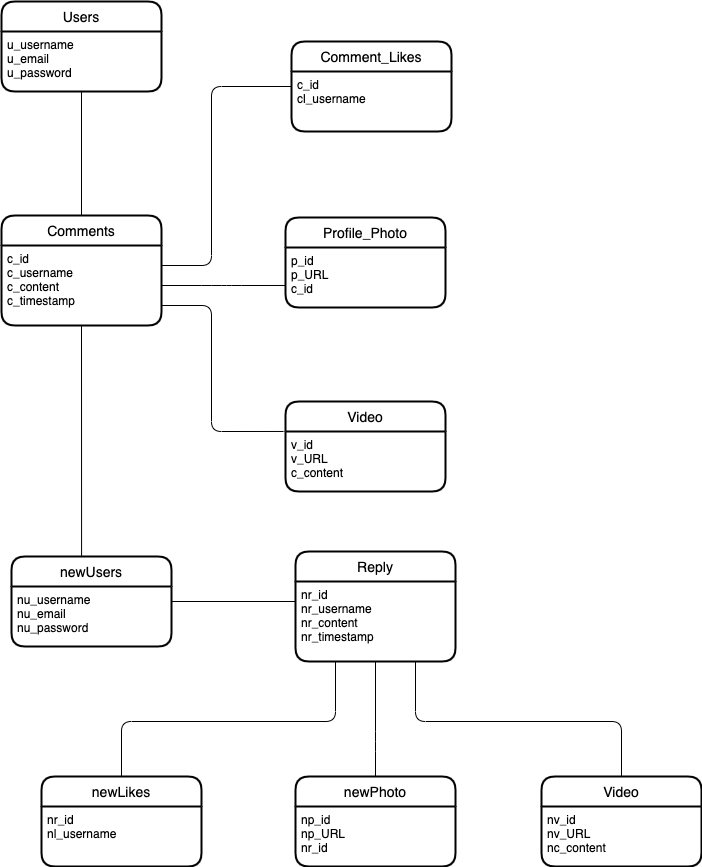
YouTube-Comments-Extension/public_html keeps this draw.io diagram as RelationalSchema.png. Above is the earlier version. Source tidied: cells renumbered, new cells last; positions are measured from the earlier drawing's top-left corner, leaving out a move shared by most shapes.
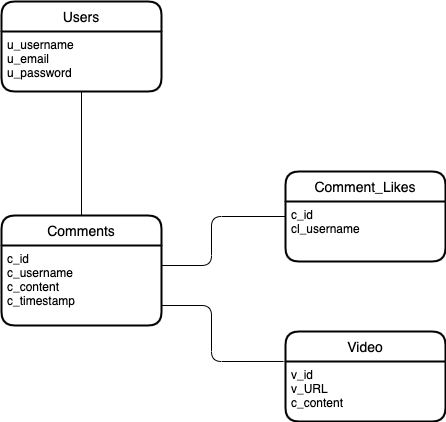
The same diagram one commit later.

Change to the diagram source:
```diff
@@ -21,102 +21,29 @@
       <mxGeometry relative="1" as="geometry">
         <Array as="points">
           <mxPoint x="210" y="264" />
-          <mxPoint x="210" y="85" />
+          <mxPoint x="210" y="215" />
         </Array>
       </mxGeometry>
     </mxCell>
-    <mxCell id="8" style="endArrow=none;html=1;entryX=0.5;entryY=1;entryDx=0;entryDy=0;exitX=0.438;exitY=0.056;exitDx=0;exitDy=0;exitPerimeter=0;" parent="1" edge="1" source="17" target="6">
-      <mxGeometry relative="1" as="geometry" />
-    </mxCell>
-    <mxCell id="9" style="endArrow=none;html=1;exitX=1;exitY=0.25;exitDx=0;exitDy=0;entryX=0;entryY=0.25;entryDx=0;entryDy=0;" parent="1" edge="1" source="18" target="20">
-      <mxGeometry relative="1" as="geometry" />
-    </mxCell>
-    <mxCell id="10" style="endArrow=none;html=1;entryX=0.25;entryY=1;entryDx=0;entryDy=0;exitX=0.5;exitY=0;exitDx=0;exitDy=0;" parent="1" edge="1" source="24" target="20">
-      <mxGeometry relative="1" as="geometry">
-        <Array as="points">
-          <mxPoint x="120" y="720" />
-          <mxPoint x="334" y="720" />
-        </Array>
-      </mxGeometry>
-    </mxCell>
     <mxCell id="11" value="Comment_Likes" style="swimlane;horizontal=1;startSize=30;rounded=1;fontSize=14;fontStyle=0;strokeWidth=2;shadow=0;dashed=0;align=center;" parent="1" vertex="1">
-      <mxGeometry x="290" y="40" width="160" height="90" as="geometry" />
+      <mxGeometry x="284" y="170" width="160" height="90" as="geometry" />
     </mxCell>
     <mxCell id="12" value="c_id&#10;cl_username" style="align=left;strokeColor=none;fillColor=none;spacingLeft=4;fontSize=12;verticalAlign=top;" parent="11" vertex="1">
       <mxGeometry y="30" width="160" height="60" as="geometry" />
     </mxCell>
-    <mxCell id="13" style="endArrow=none;html=1;entryX=0.5;entryY=1;entryDx=0;entryDy=0;exitX=0.5;exitY=0;exitDx=0;exitDy=0;" parent="1" edge="1" source="26" target="20">
-      <mxGeometry relative="1" as="geometry">
-        <Array as="points">
-          <mxPoint x="374" y="740" />
-        </Array>
-      </mxGeometry>
-    </mxCell>
-    <mxCell id="14" value="Profile_Photo" style="swimlane;horizontal=1;startSize=30;rounded=1;fontSize=14;fontStyle=0;strokeWidth=2;shadow=0;dashed=0;align=center;" parent="1" vertex="1">
-      <mxGeometry x="284" y="216" width="160" height="90" as="geometry" />
-    </mxCell>
-    <mxCell id="15" value="p_id&#10;p_URL&#10;c_id" style="align=left;strokeColor=none;fillColor=none;spacingLeft=4;fontSize=12;verticalAlign=top;" parent="14" vertex="1">
-      <mxGeometry y="30" width="160" height="60" as="geometry" />
-    </mxCell>
-    <mxCell id="16" style="endArrow=none;html=1;entryX=0;entryY=0.633;entryDx=0;entryDy=0;exitX=1;exitY=0.5;exitDx=0;exitDy=0;entryPerimeter=0;" parent="1" edge="1" source="6" target="15">
-      <mxGeometry relative="1" as="geometry">
-        <Array as="points">
-          <mxPoint x="210" y="284" />
-          <mxPoint x="230" y="284" />
-        </Array>
-      </mxGeometry>
-    </mxCell>
-    <mxCell id="17" value="newUsers" style="swimlane;horizontal=1;startSize=30;rounded=1;fontSize=14;fontStyle=0;strokeWidth=2;shadow=0;dashed=0;align=center;" parent="1" vertex="1">
-      <mxGeometry x="10" y="555" width="160" height="90" as="geometry" />
-    </mxCell>
-    <mxCell id="18" value="nu_username&#10;nu_email&#10;nu_password" style="align=left;strokeColor=none;fillColor=none;spacingLeft=4;fontSize=12;verticalAlign=top;" parent="17" vertex="1">
-      <mxGeometry y="30" width="160" height="60" as="geometry" />
-    </mxCell>
-    <mxCell id="19" value="Reply" style="swimlane;horizontal=1;startSize=30;rounded=1;fontSize=14;fontStyle=0;strokeWidth=2;shadow=0;dashed=0;align=center;" parent="1" vertex="1">
-      <mxGeometry x="294" y="550" width="160" height="110" as="geometry" />
-    </mxCell>
-    <mxCell id="20" value="nr_id&#10;nr_username&#10;nr_content&#10;nr_timestamp" style="align=left;strokeColor=none;fillColor=none;spacingLeft=4;fontSize=12;verticalAlign=top;" parent="19" vertex="1">
-      <mxGeometry y="30" width="160" height="80" as="geometry" />
-    </mxCell>
     <mxCell id="21" style="endArrow=none;html=1;exitX=1;exitY=0.75;exitDx=0;exitDy=0;entryX=-0.012;entryY=0.333;entryDx=0;entryDy=0;entryPerimeter=0;" parent="1" edge="1" source="6" target="22">
       <mxGeometry relative="1" as="geometry">
         <Array as="points">
           <mxPoint x="210" y="304" />
-          <mxPoint x="210" y="430" />
+          <mxPoint x="210" y="360" />
         </Array>
       </mxGeometry>
     </mxCell>
     <mxCell id="22" value="Video" style="swimlane;horizontal=1;startSize=30;rounded=1;fontSize=14;fontStyle=0;strokeWidth=2;shadow=0;dashed=0;align=center;" parent="1" vertex="1">
-      <mxGeometry x="284" y="400" width="160" height="90" as="geometry" />
+      <mxGeometry x="284" y="330" width="160" height="90" as="geometry" />
     </mxCell>
     <mxCell id="23" value="v_id&#10;v_URL&#10;c_content" style="align=left;strokeColor=none;fillColor=none;spacingLeft=4;fontSize=12;verticalAlign=top;" parent="22" vertex="1">
       <mxGeometry y="30" width="160" height="60" as="geometry" />
     </mxCell>
-    <mxCell id="24" value="newLikes" style="swimlane;horizontal=1;startSize=30;rounded=1;fontSize=14;fontStyle=0;strokeWidth=2;shadow=0;dashed=0;align=center;" parent="1" vertex="1">
-      <mxGeometry x="40" y="775" width="160" height="90" as="geometry" />
-    </mxCell>
-    <mxCell id="25" value="nr_id&#10;nl_username" style="align=left;strokeColor=none;fillColor=none;spacingLeft=4;fontSize=12;verticalAlign=top;" parent="24" vertex="1">
-      <mxGeometry y="30" width="160" height="60" as="geometry" />
-    </mxCell>
-    <mxCell id="26" value="newPhoto" style="swimlane;horizontal=1;startSize=30;rounded=1;fontSize=14;fontStyle=0;strokeWidth=2;shadow=0;dashed=0;align=center;" parent="1" vertex="1">
-      <mxGeometry x="294" y="775" width="160" height="90" as="geometry" />
-    </mxCell>
-    <mxCell id="27" value="np_id&#10;np_URL&#10;nr_id" style="align=left;strokeColor=none;fillColor=none;spacingLeft=4;fontSize=12;verticalAlign=top;" parent="26" vertex="1">
-      <mxGeometry y="30" width="160" height="60" as="geometry" />
-    </mxCell>
-    <mxCell id="28" style="endArrow=none;html=1;entryX=0.75;entryY=1;entryDx=0;entryDy=0;exitX=0.5;exitY=0;exitDx=0;exitDy=0;" parent="1" edge="1" source="29" target="20">
-      <mxGeometry relative="1" as="geometry">
-        <Array as="points">
-          <mxPoint x="620" y="720" />
-          <mxPoint x="414" y="720" />
-        </Array>
-      </mxGeometry>
-    </mxCell>
-    <mxCell id="29" value="Video" style="swimlane;horizontal=1;startSize=30;rounded=1;fontSize=14;fontStyle=0;strokeWidth=2;shadow=0;dashed=0;align=center;" parent="1" vertex="1">
-      <mxGeometry x="540" y="775" width="160" height="90" as="geometry" />
-    </mxCell>
-    <mxCell id="30" value="nv_id&#10;nv_URL&#10;nc_content" style="align=left;strokeColor=none;fillColor=none;spacingLeft=4;fontSize=12;verticalAlign=top;" parent="29" vertex="1">
-      <mxGeometry y="30" width="160" height="60" as="geometry" />
-    </mxCell>
   </root>
 </mxGraphModel>
```
